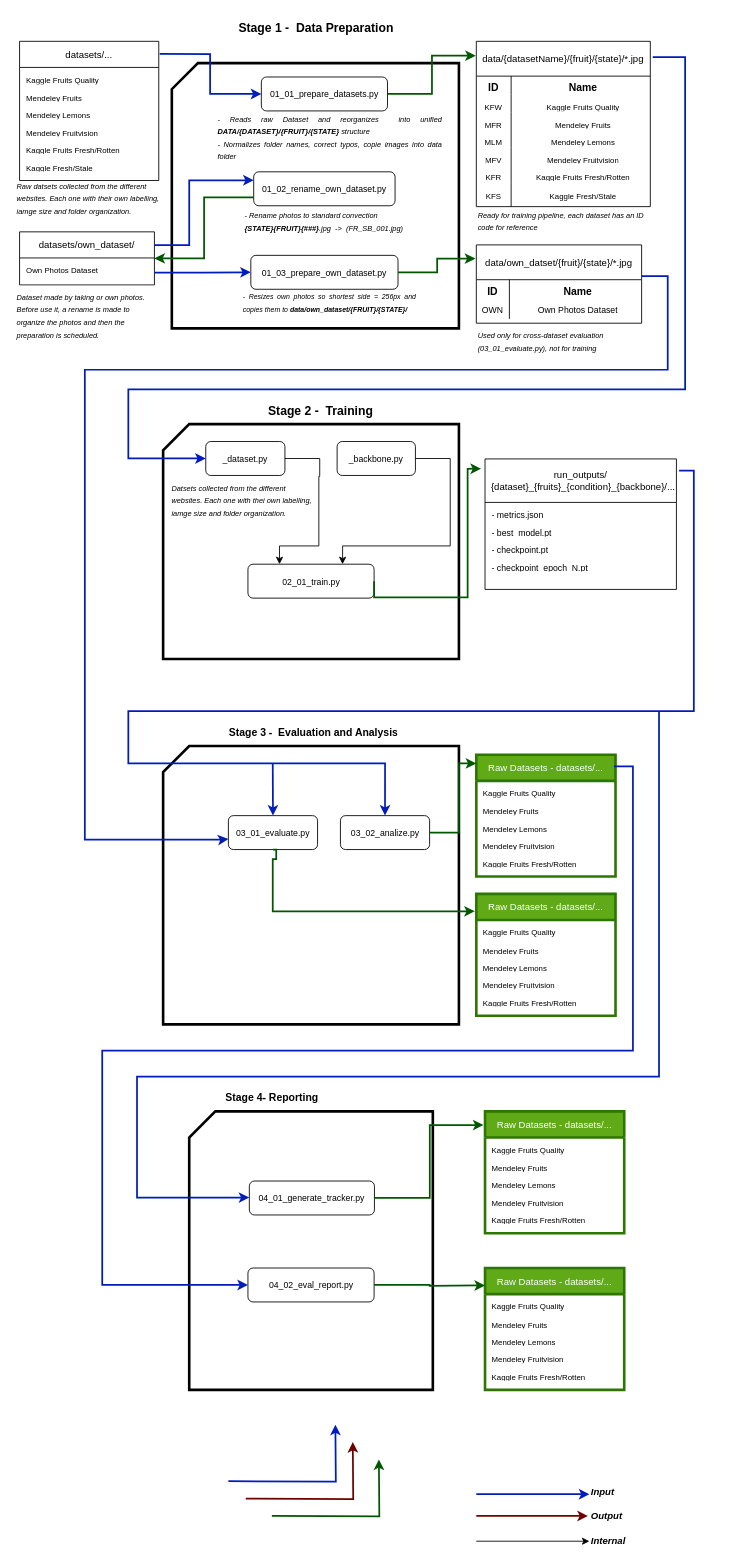
Above: Other/Animation/drawio/DIPv1.drawio in JASorianoHernandez/DIP-Clasiffier (draw.io), before the change. Source tidied: cells renumbered, new cells numbered last; positions are measured from the earlier drawing's top-left corner, leaving out a move shared by most shapes. Both pictures are drawn from the tidied source at 87%, with x=0, y=0 at pixel (15, 15).
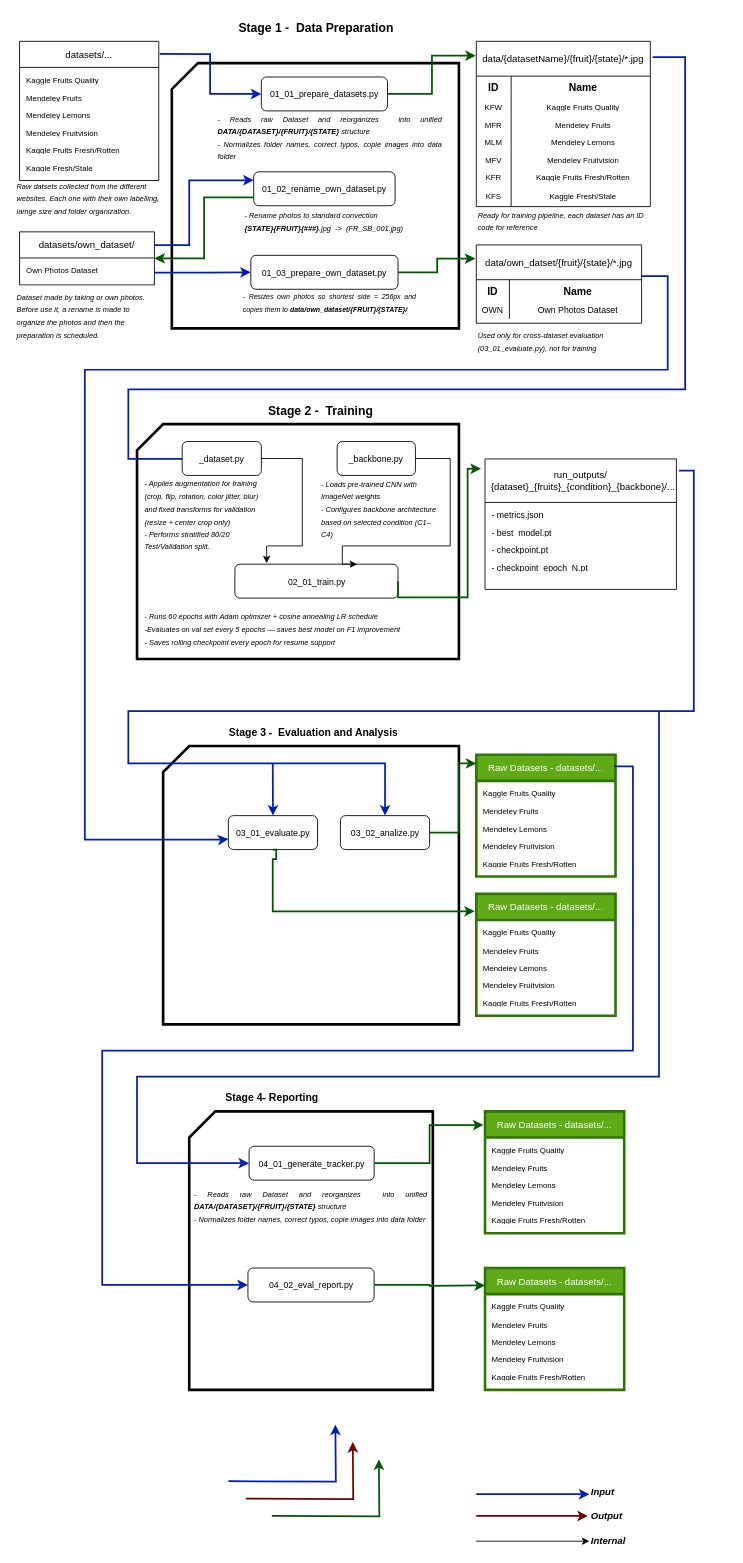
After the change.

Diff of the diagram source:
```diff
@@
     <mxCell id="16" style="shape=card;whiteSpace=wrap;html=1;strokeWidth=3;strokeColor=light-dark(#000000,#0000FF);" parent="1" vertex="1">
-      <mxGeometry x="170" y="470" width="340" height="270" as="geometry" />
+      <mxGeometry x="140" y="470" width="370" height="270" as="geometry" />
     </mxCell>
@@
     <mxCell id="61" value="&lt;font style=&quot;font-size: 10px;&quot;&gt;02_01_train.py&lt;/font&gt;" style="rounded=1;whiteSpace=wrap;html=1;" parent="1" vertex="1">
-      <mxGeometry x="267.5" y="631" width="145" height="39" as="geometry" />
+      <mxGeometry x="252.5" y="631" width="187.5" height="39" as="geometry" />
     </mxCell>
     <mxCell id="62" value="&lt;font style=&quot;font-size: 10px;&quot;&gt;_dataset.py&lt;/font&gt;" style="rounded=1;whiteSpace=wrap;html=1;" parent="1" vertex="1">
-      <mxGeometry x="219" y="490" width="91" height="39" as="geometry" />
+      <mxGeometry x="191.9" y="490" width="91" height="39" as="geometry" />
     </mxCell>
@@
-    <mxCell id="65" style="edgeStyle=orthogonalEdgeStyle;rounded=0;jettySize=auto;html=1;exitX=1;exitY=0.5;exitDx=0;exitDy=0;flowAnimation=1;strokeWidth=1;fillColor=none;entryX=0.25;entryY=0;entryDx=0;entryDy=0;" parent="1" edge="1" source="62" target="61">
+    <mxCell id="65" style="edgeStyle=orthogonalEdgeStyle;rounded=0;jettySize=auto;html=1;exitX=1;exitY=0.5;exitDx=0;exitDy=0;flowAnimation=1;strokeWidth=1;fillColor=none;" parent="1" edge="1" source="62">
       <mxGeometry relative="1" as="geometry">
+        <mxPoint x="289" y="630" as="targetPoint" />
         <Array as="points">
-          <mxPoint x="350" y="510" />
-          <mxPoint x="350" y="530" />
-          <mxPoint x="349" y="530" />
-          <mxPoint x="349" y="610" />
-          <mxPoint x="304" y="610" />
+          <mxPoint x="330" y="510" />
+          <mxPoint x="330" y="610" />
+          <mxPoint x="289" y="610" />
         </Array>
       </mxGeometry>
     </mxCell>
@@
     <mxCell id="86" value="&lt;font style=&quot;font-size: 10px;&quot;&gt;04_01_generate_tracker&lt;/font&gt;&lt;span style=&quot;font-size: 10px; background-color: transparent; color: light-dark(rgb(0, 0, 0), rgb(255, 255, 255));&quot;&gt;.py&lt;/span&gt;" style="rounded=1;whiteSpace=wrap;html=1;" parent="1" vertex="1">
-      <mxGeometry x="269.1" y="1340" width="143.8" height="39" as="geometry" />
+      <mxGeometry x="268.8" y="1300" width="143.8" height="39" as="geometry" />
     </mxCell>
@@
-    <mxCell id="113" style="edgeStyle=orthogonalEdgeStyle;rounded=0;jettySize=auto;html=1;flowAnimation=1;strokeWidth=2;fillColor=#0050ef;strokeColor=#001DBC;" parent="1" edge="1" target="86">
+    <mxCell id="113" style="edgeStyle=orthogonalEdgeStyle;rounded=0;jettySize=auto;html=1;flowAnimation=1;strokeWidth=2;fillColor=#0050ef;strokeColor=#001DBC;entryX=0;entryY=0.5;entryDx=0;entryDy=0;" parent="1" edge="1" target="86">
       <mxGeometry relative="1" as="geometry">
         <mxPoint x="740" y="800" as="sourcePoint" />
         <Array as="points">
           <mxPoint x="740" y="1220" />
           <mxPoint x="140" y="1220" />
-          <mxPoint x="140" y="1359" />
+          <mxPoint x="140" y="1320" />
+          <mxPoint x="269" y="1320" />
         </Array>
       </mxGeometry>
     </mxCell>
@@
-    <mxCell id="152" value="&lt;i style=&quot;&quot;&gt;&lt;font style=&quot;font-size: 8.5px;&quot;&gt;Datsets collected from the different websites. Each one with thei own labelling, iamge size and folder organization.&lt;/font&gt;&lt;/i&gt;" style="rounded=0;whiteSpace=wrap;html=1;strokeColor=none;align=left;" parent="1" vertex="1">
-      <mxGeometry x="177.5" y="538" width="170" height="37.5" as="geometry" />
+    <mxCell id="152" value="&lt;div&gt;&lt;span style=&quot;background-color: transparent; font-size: 8.5px;&quot;&gt;&lt;i&gt;- Applies augmentation for training (crop, flip, rotation, color jitter, blur) and fixed transforms for validation (resize + center crop only)&lt;/i&gt;&lt;/span&gt;&lt;/div&gt;&lt;div&gt;&lt;span style=&quot;font-size: 8.5px;&quot;&gt;&lt;i&gt;- Performs stratified 80/20&amp;nbsp; Test/Validation split.&lt;/i&gt;&lt;/span&gt;&lt;/div&gt;" style="rounded=0;whiteSpace=wrap;html=1;strokeColor=none;align=left;" parent="1" vertex="1">
+      <mxGeometry x="147.3" y="537" width="142.7" height="73" as="geometry" />
     </mxCell>
+    <mxCell id="153" value="&lt;div style=&quot;text-align: justify;&quot;&gt;&lt;i style=&quot;background-color: transparent; color: light-dark(rgb(0, 0, 0), rgb(255, 255, 255));&quot;&gt;&lt;font style=&quot;font-size: 8.5px;&quot;&gt;- Reads raw Dataset and reorganizes&amp;nbsp; into unified &lt;b style=&quot;&quot;&gt;DATA/{DATASET}/{FRUIT}/{STATE}&lt;/b&gt; structure&amp;nbsp;&lt;/font&gt;&lt;/i&gt;&lt;/div&gt;&lt;div style=&quot;text-align: justify;&quot;&gt;&lt;font style=&quot;font-size: 8.5px;&quot;&gt;&lt;i style=&quot;&quot;&gt;- Normalizes folder names, correct typos, copie images into data folder&lt;/i&gt;&lt;/font&gt;&lt;/div&gt;" style="rounded=0;whiteSpace=wrap;html=1;strokeColor=none;" parent="1" vertex="1">
+      <mxGeometry x="205" y="1350" width="270" height="37.5" as="geometry" />
+    </mxCell>
+    <mxCell id="154" value="&lt;div&gt;&lt;span style=&quot;background-color: transparent; font-size: 8.5px;&quot;&gt;&lt;i&gt;-&amp;nbsp;&lt;/i&gt;&lt;/span&gt;&lt;span style=&quot;background-color: transparent; font-size: 8.5px;&quot;&gt;&lt;i&gt;Loads pre-trained CNN with ImageNet weights&lt;/i&gt;&lt;/span&gt;&lt;/div&gt;&lt;div&gt;&lt;span style=&quot;font-size: 8.5px;&quot;&gt;&lt;i&gt;-&amp;nbsp;&lt;/i&gt;&lt;/span&gt;&lt;span style=&quot;background-color: transparent; font-size: 8.5px;&quot;&gt;&lt;i&gt;Configures backbone architecture based on selected condition (C1–C4)&lt;/i&gt;&lt;/span&gt;&lt;/div&gt;" style="rounded=0;whiteSpace=wrap;html=1;strokeColor=none;align=left;" parent="1" vertex="1">
+      <mxGeometry x="350" y="537" width="140" height="60" as="geometry" />
+    </mxCell>
+    <mxCell id="155" value="&lt;div&gt;&lt;span style=&quot;background-color: transparent; font-size: 8.5px;&quot;&gt;&lt;i&gt;-&amp;nbsp;&lt;/i&gt;&lt;/span&gt;&lt;span style=&quot;background-color: transparent; font-size: 8.5px;&quot;&gt;&lt;i&gt;Runs 60 epochs with Adam optimizer + cosine annealing LR schedule&lt;/i&gt;&lt;/span&gt;&lt;/div&gt;&lt;div&gt;&lt;span style=&quot;background-color: transparent; font-size: 8.5px;&quot;&gt;&lt;i&gt;-&lt;/i&gt;&lt;/span&gt;&lt;span style=&quot;background-color: transparent; font-size: 8.5px;&quot;&gt;&lt;i&gt;Evaluates on val set every 5 epochs — saves best model on F1 improvement&lt;/i&gt;&lt;/span&gt;&lt;/div&gt;&lt;div&gt;&lt;span style=&quot;font-size: 8.5px;&quot;&gt;&lt;i&gt;-&amp;nbsp;&lt;/i&gt;&lt;/span&gt;&lt;span style=&quot;background-color: transparent; font-size: 8.5px;&quot;&gt;&lt;i&gt;Saves rolling checkpoint every epoch for resume support&lt;/i&gt;&lt;/span&gt;&lt;/div&gt;" style="rounded=0;whiteSpace=wrap;html=1;strokeColor=none;align=left;" parent="1" vertex="1">
+      <mxGeometry x="147.3" y="675" width="342.7" height="60" as="geometry" />
+    </mxCell>
```
